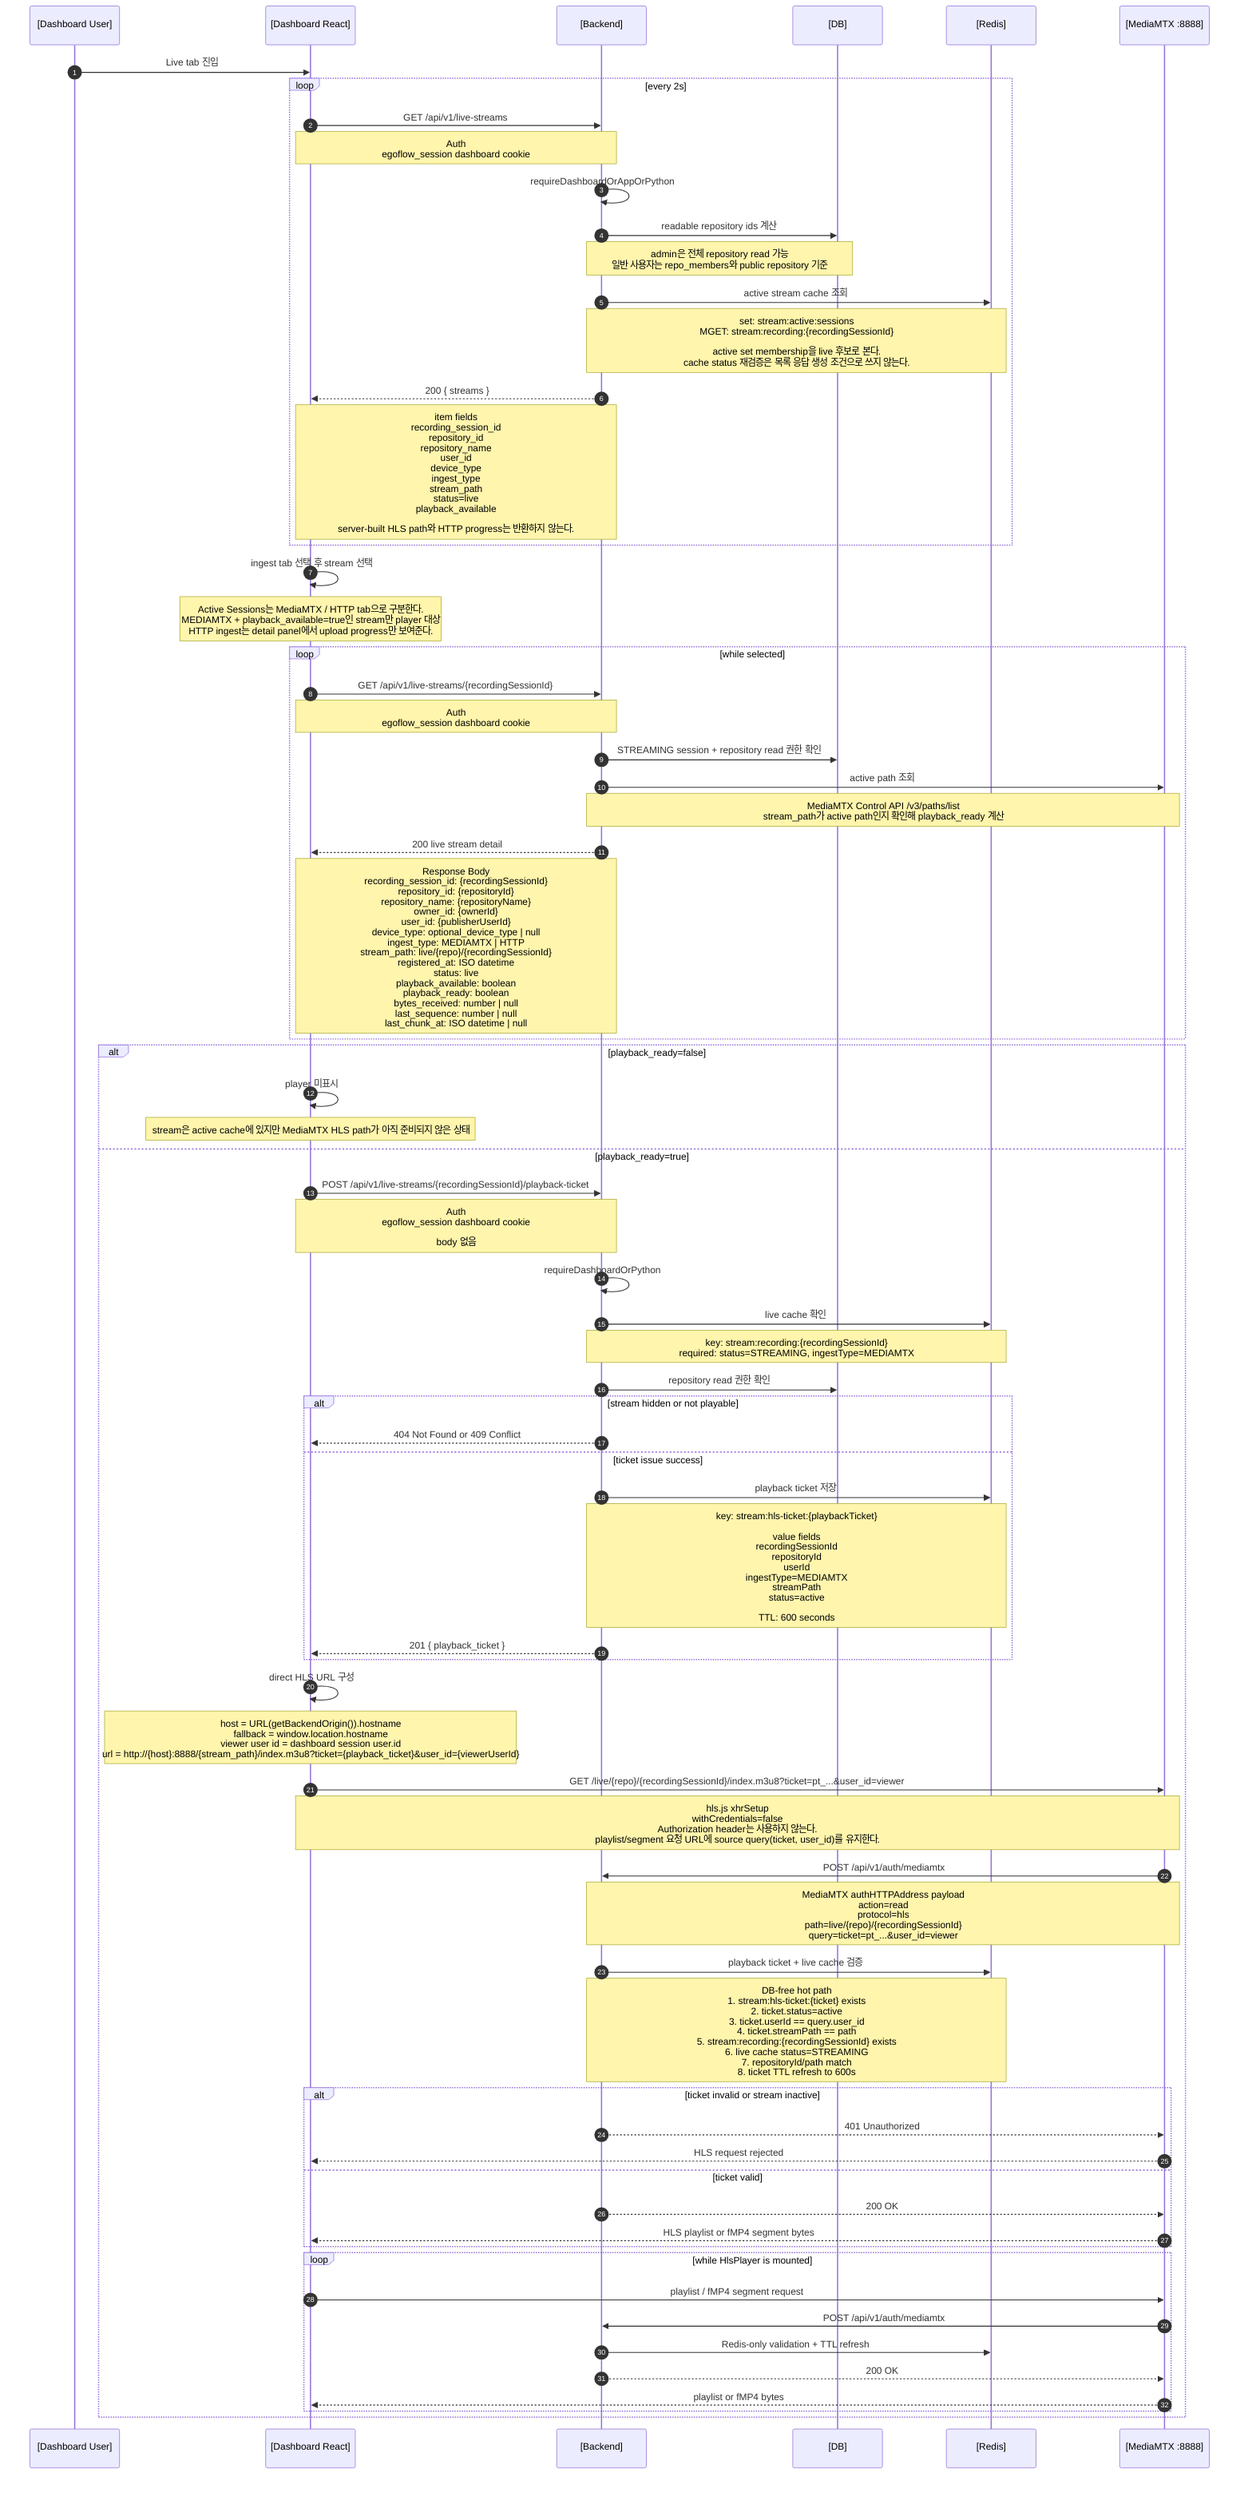
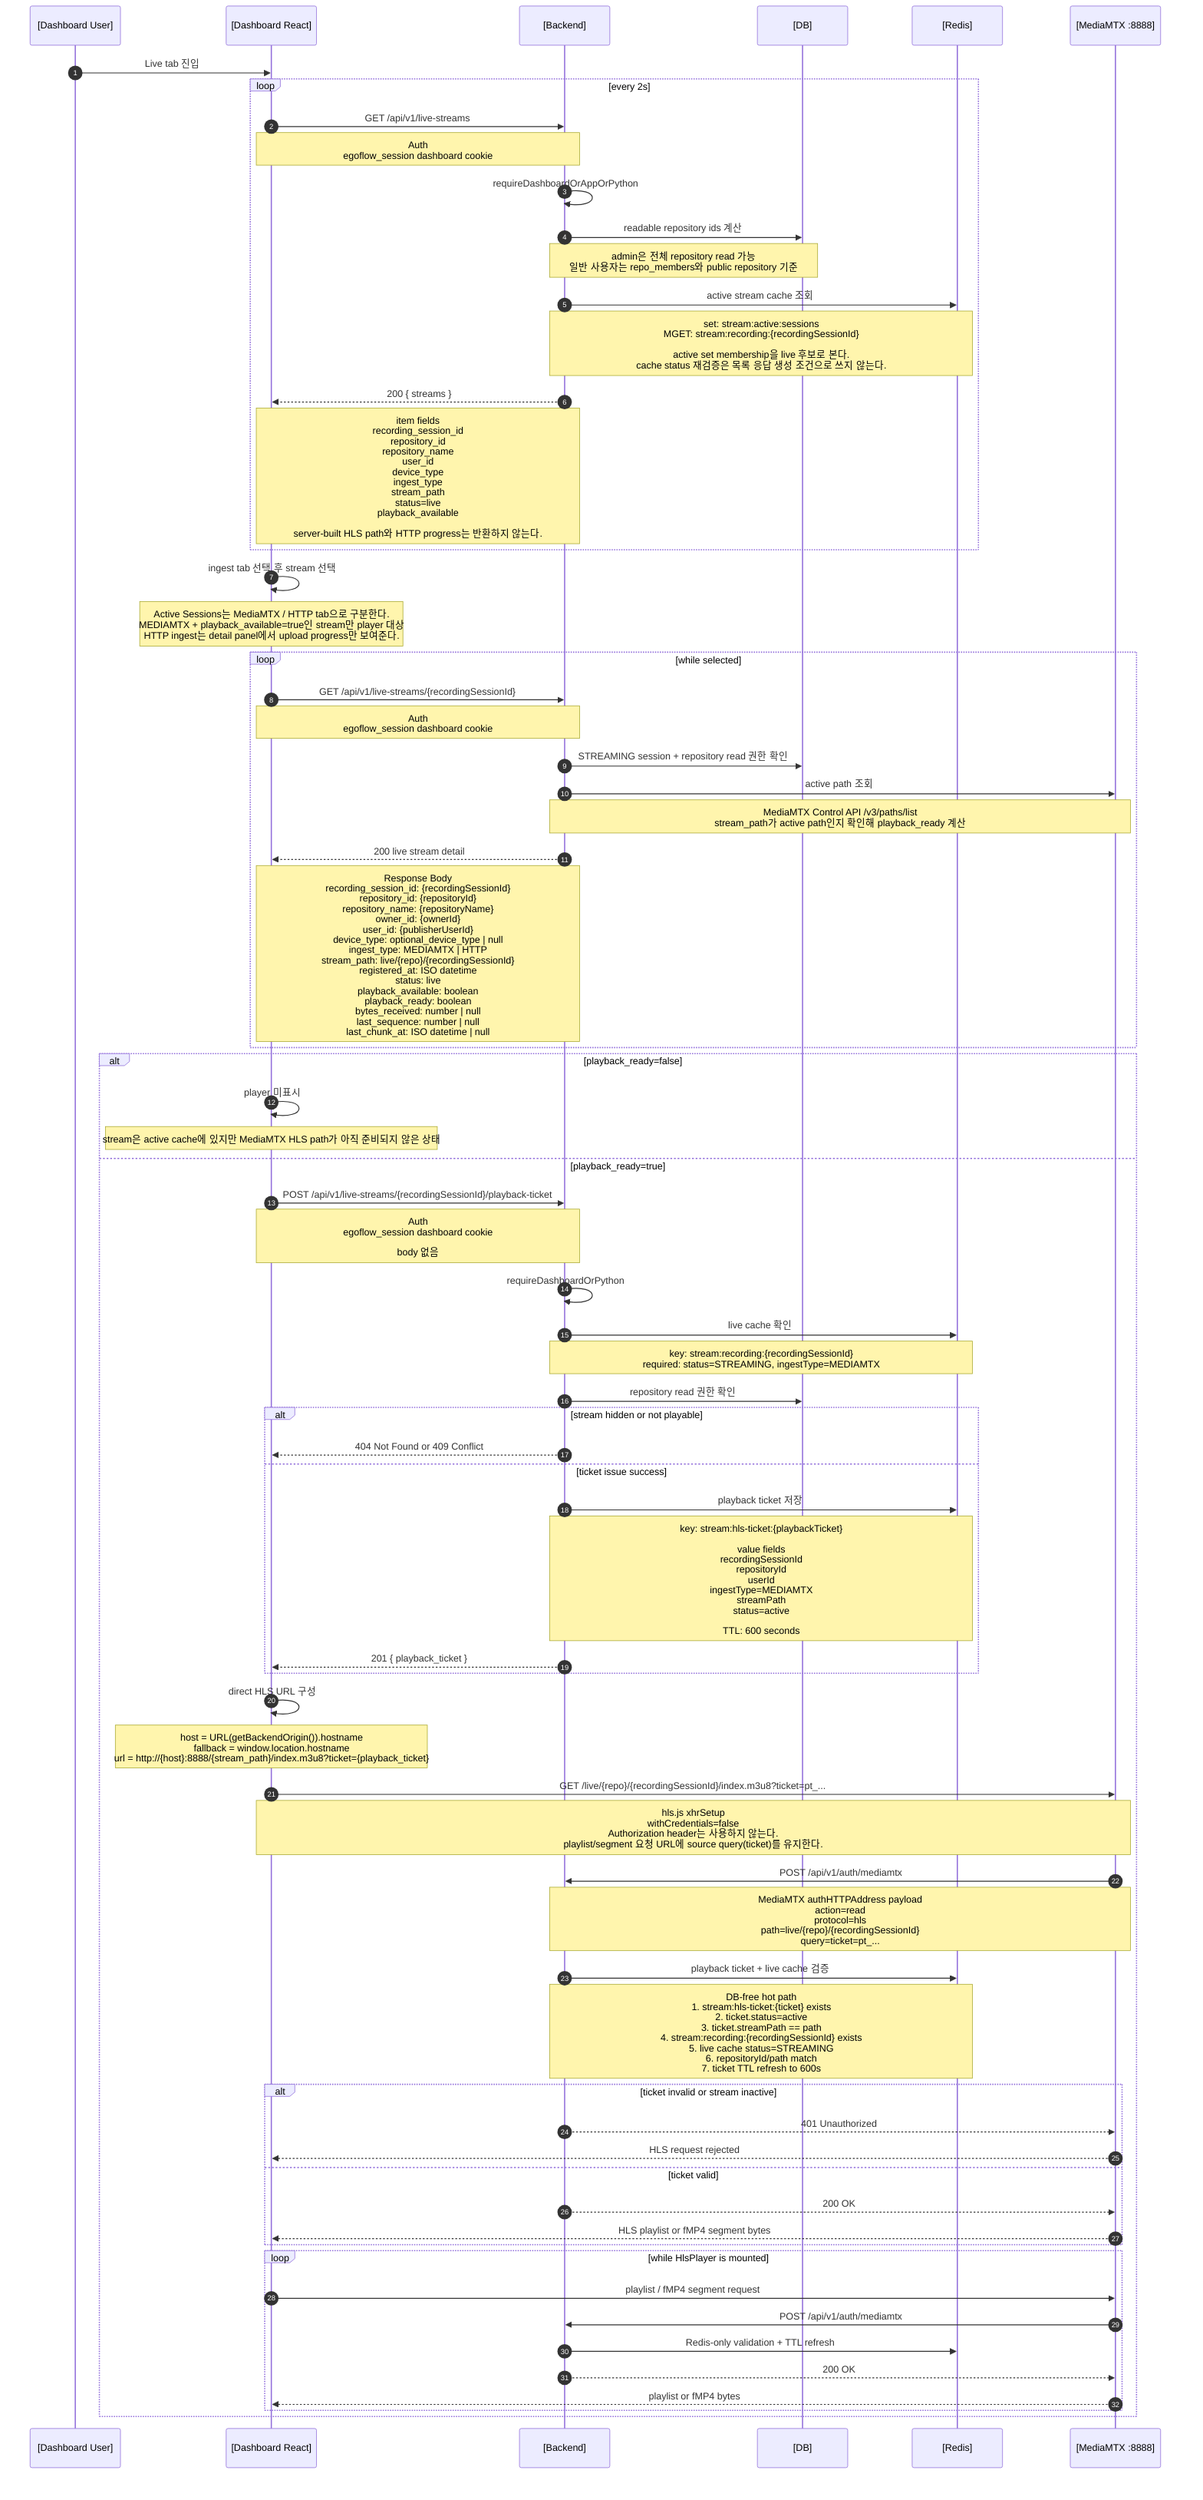
sequenceDiagram
  autonumber
  participant User as [Dashboard User]
  participant FE as [Dashboard React]
  participant Backend as [Backend]
  participant DB as [DB]
  participant Redis as [Redis]
  participant MTX as [MediaMTX :8888]

  User->>FE: Live tab 진입

  loop every 2s
    FE->>Backend: GET /api/v1/live-streams
    Note over FE,Backend: Auth<br/>egoflow_session dashboard cookie

    Backend->>Backend: requireDashboardOrAppOrPython
    Backend->>DB: readable repository ids 계산
    Note over Backend,DB: admin은 전체 repository read 가능<br/>일반 사용자는 repo_members와 public repository 기준

    Backend->>Redis: active stream cache 조회
    Note over Backend,Redis: set: stream:active:sessions<br/>MGET: stream:recording:{recordingSessionId}<br/><br/>active set membership을 live 후보로 본다.<br/>cache status 재검증은 목록 응답 생성 조건으로 쓰지 않는다.

    Backend-->>FE: 200 { streams }
    Note over Backend,FE: item fields<br/>recording_session_id<br/>repository_id<br/>repository_name<br/>user_id<br/>device_type<br/>ingest_type<br/>stream_path<br/>status=live<br/>playback_available<br/><br/>server-built HLS path와 HTTP progress는 반환하지 않는다.
  end

  FE->>FE: ingest tab 선택 후 stream 선택
  Note over FE: Active Sessions는 MediaMTX / HTTP tab으로 구분한다.<br/>MEDIAMTX + playback_available=true인 stream만 player 대상<br/>HTTP ingest는 detail panel에서 upload progress만 보여준다.

  loop while selected
    FE->>Backend: GET /api/v1/live-streams/{recordingSessionId}
    Note over FE,Backend: Auth<br/>egoflow_session dashboard cookie
    Backend->>DB: STREAMING session + repository read 권한 확인
    Backend->>MTX: active path 조회
    Note over Backend,MTX: MediaMTX Control API /v3/paths/list<br/>stream_path가 active path인지 확인해 playback_ready 계산
    Backend-->>FE: 200 live stream detail
    Note over Backend,FE: Response Body<br/>recording_session_id: {recordingSessionId}<br/>repository_id: {repositoryId}<br/>repository_name: {repositoryName}<br/>owner_id: {ownerId}<br/>user_id: {publisherUserId}<br/>device_type: optional_device_type | null<br/>ingest_type: MEDIAMTX | HTTP<br/>stream_path: live/{repo}/{recordingSessionId}<br/>registered_at: ISO datetime<br/>status: live<br/>playback_available: boolean<br/>playback_ready: boolean<br/>bytes_received: number | null<br/>last_sequence: number | null<br/>last_chunk_at: ISO datetime | null
  end

  alt playback_ready=false
    FE->>FE: player 미표시
    Note over FE: stream은 active cache에 있지만 MediaMTX HLS path가 아직 준비되지 않은 상태
  else playback_ready=true
    FE->>Backend: POST /api/v1/live-streams/{recordingSessionId}/playback-ticket
    Note over FE,Backend: Auth<br/>egoflow_session dashboard cookie<br/><br/>body 없음

    Backend->>Backend: requireDashboardOrPython
    Backend->>Redis: live cache 확인
    Note over Backend,Redis: key: stream:recording:{recordingSessionId}<br/>required: status=STREAMING, ingestType=MEDIAMTX
    Backend->>DB: repository read 권한 확인

    alt stream hidden or not playable
      Backend-->>FE: 404 Not Found or 409 Conflict
    else ticket issue success
      Backend->>Redis: playback ticket 저장
      Note over Backend,Redis: key: stream:hls-ticket:{playbackTicket}<br/><br/>value fields<br/>recordingSessionId<br/>repositoryId<br/>userId<br/>ingestType=MEDIAMTX<br/>streamPath<br/>status=active<br/><br/>TTL: 600 seconds
      Backend-->>FE: 201 { playback_ticket }
    end

    FE->>FE: direct HLS URL 구성
-     Note over FE: host = URL(getBackendOrigin()).hostname<br/>fallback = window.location.hostname<br/>viewer user id = dashboard session user.id<br/>url = http://{host}:8888/{stream_path}/index.m3u8?ticket={playback_ticket}&user_id={viewerUserId}
+     Note over FE: host = URL(getBackendOrigin()).hostname<br/>fallback = window.location.hostname<br/>url = http://{host}:8888/{stream_path}/index.m3u8?ticket={playback_ticket}

-     FE->>MTX: GET /live/{repo}/{recordingSessionId}/index.m3u8?ticket=pt_...&user_id=viewer
-     Note over FE,MTX: hls.js xhrSetup<br/>withCredentials=false<br/>Authorization header는 사용하지 않는다.<br/>playlist/segment 요청 URL에 source query(ticket, user_id)를 유지한다.
+     FE->>MTX: GET /live/{repo}/{recordingSessionId}/index.m3u8?ticket=pt_...
+     Note over FE,MTX: hls.js xhrSetup<br/>withCredentials=false<br/>Authorization header는 사용하지 않는다.<br/>playlist/segment 요청 URL에 source query(ticket)를 유지한다.

    MTX->>Backend: POST /api/v1/auth/mediamtx
-     Note over MTX,Backend: MediaMTX authHTTPAddress payload<br/>action=read<br/>protocol=hls<br/>path=live/{repo}/{recordingSessionId}<br/>query=ticket=pt_...&user_id=viewer
+     Note over MTX,Backend: MediaMTX authHTTPAddress payload<br/>action=read<br/>protocol=hls<br/>path=live/{repo}/{recordingSessionId}<br/>query=ticket=pt_...

    Backend->>Redis: playback ticket + live cache 검증
-     Note over Backend,Redis: DB-free hot path<br/>1. stream:hls-ticket:{ticket} exists<br/>2. ticket.status=active<br/>3. ticket.userId == query.user_id<br/>4. ticket.streamPath == path<br/>5. stream:recording:{recordingSessionId} exists<br/>6. live cache status=STREAMING<br/>7. repositoryId/path match<br/>8. ticket TTL refresh to 600s
+     Note over Backend,Redis: DB-free hot path<br/>1. stream:hls-ticket:{ticket} exists<br/>2. ticket.status=active<br/>3. ticket.streamPath == path<br/>4. stream:recording:{recordingSessionId} exists<br/>5. live cache status=STREAMING<br/>6. repositoryId/path match<br/>7. ticket TTL refresh to 600s

    alt ticket invalid or stream inactive
      Backend-->>MTX: 401 Unauthorized
      MTX-->>FE: HLS request rejected
    else ticket valid
      Backend-->>MTX: 200 OK
      MTX-->>FE: HLS playlist or fMP4 segment bytes
    end

    loop while HlsPlayer is mounted
      FE->>MTX: playlist / fMP4 segment request
      MTX->>Backend: POST /api/v1/auth/mediamtx
      Backend->>Redis: Redis-only validation + TTL refresh
      Backend-->>MTX: 200 OK
      MTX-->>FE: playlist or fMP4 bytes
    end
  end

%% 참고:
%% Dashboard playback ticket 발급은 dashboard cookie만 사용한다.
%% App JWT는 playback-ticket endpoint에서 허용하지 않는다.
%% Live list/detail endpoint는 App JWT도 허용하지만, playback 실행 권한은 ticket 발급 시 dashboard/Python으로 제한한다.
%% HLS bytes는 Caddy를 거치지 않고 MediaMTX 8888/tcp에서 직접 받는다.
%% Caddy /hls route와 legacy HLS auth endpoint는 현재 구조에 없다.
%% browser가 hls.js로 요청하는 모든 playlist/segment XHR은 Authorization header를 쓰지 않는다.
- %% 대신 initial HLS URL의 query(ticket, user_id)를 playlist/segment 요청 URL에도 다시 붙인다.
- %% playback auth는 ticket 소유자 userId와 query.user_id가 일치해야 통과한다.
+ %% 대신 initial HLS URL의 ticket query를 playlist/segment 요청 URL에도 다시 붙인다.
+ %% playback auth는 ticket, stream path, Redis live cache가 일치해야 통과한다.
